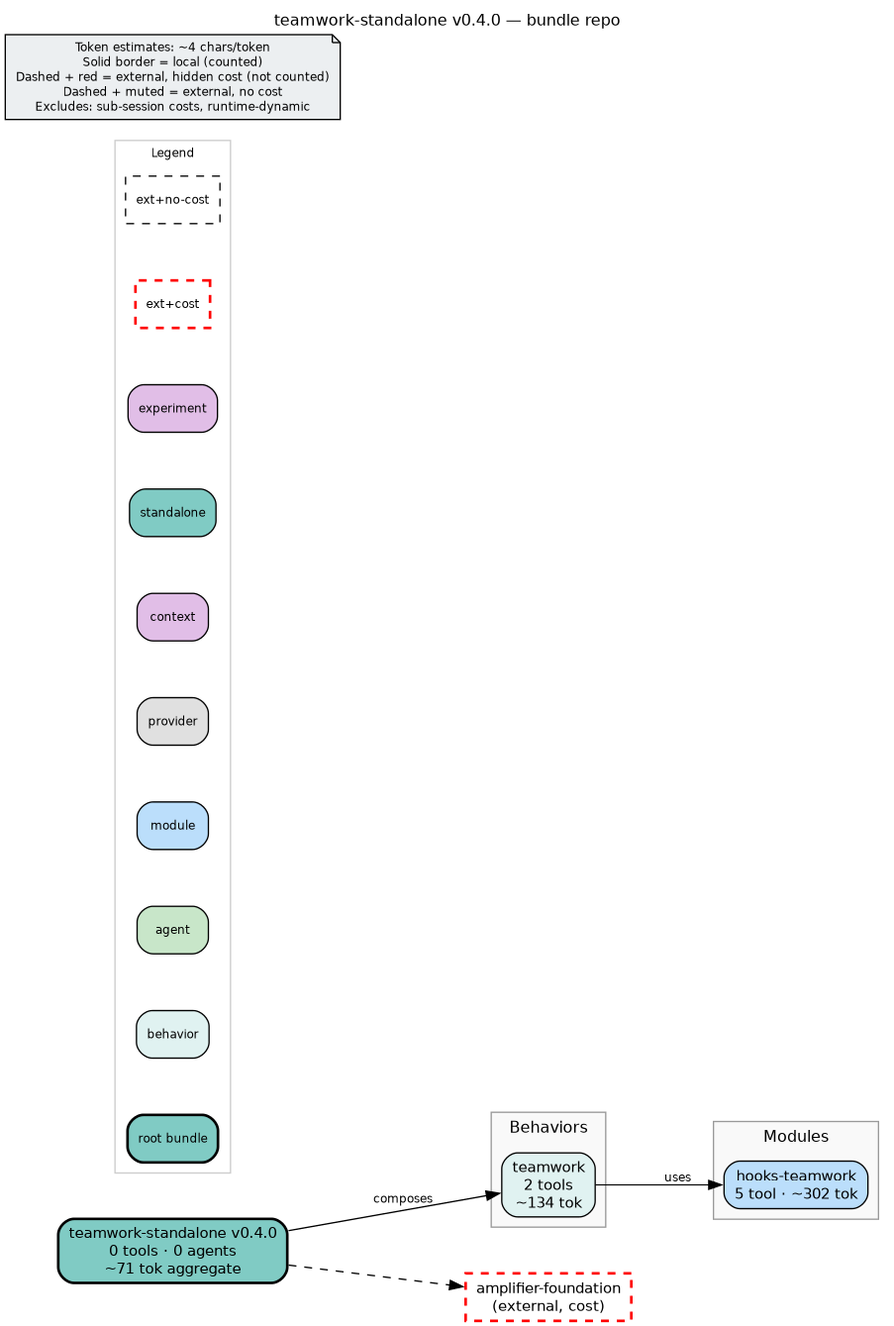
michaeljabbour/amplifier-bundle-teamwork keeps this Graphviz diagram as bundle.png. Above is the earlier version. Its source is kept beside it as bundle.dot.
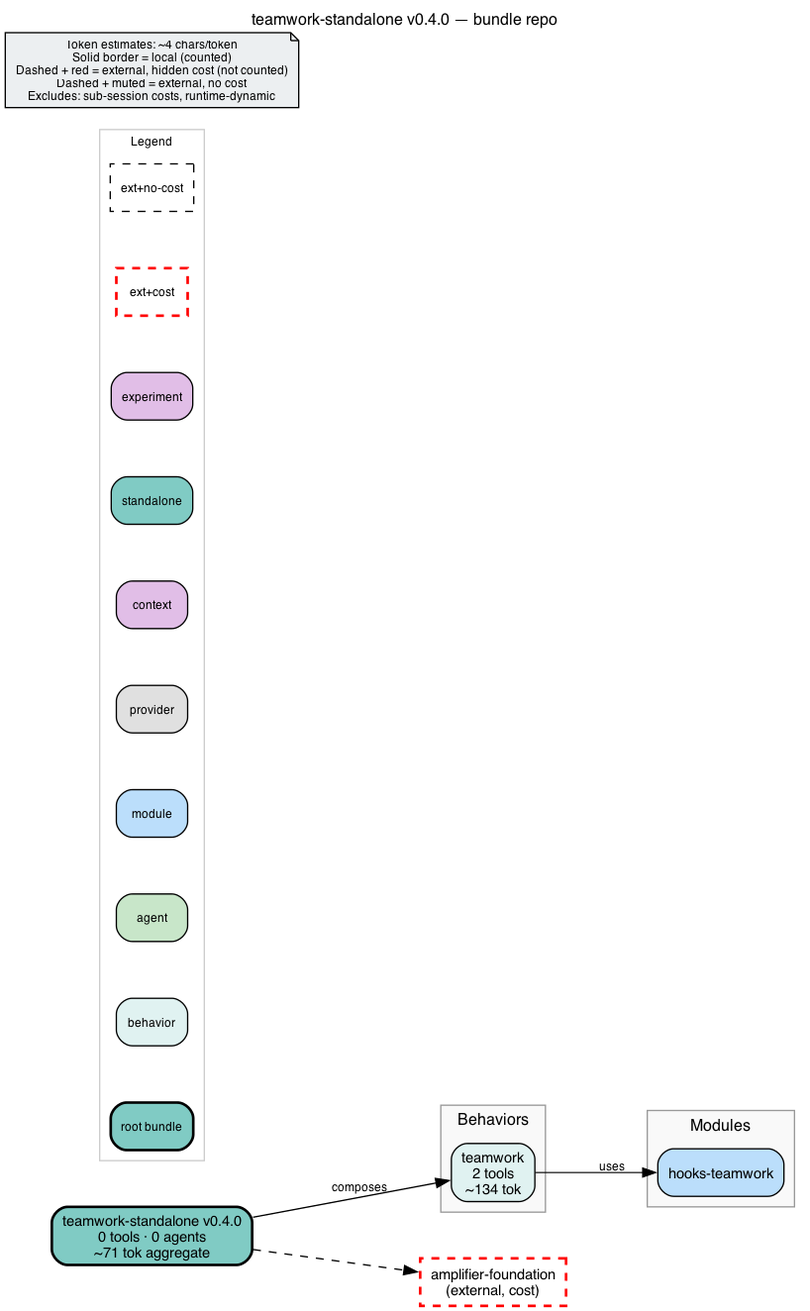
After the commit.

Diff of the diagram source:
```diff
@@ -8,7 +8,7 @@
     nodesep=0.6
     ranksep=0.7
     bgcolor="white"
-    source_hash="30fb5d353524ac29c5bdc5ec9f74e894803983af7f8f5dc972e371d5d6945a7a"
+    source_hash="b5ff6cb4081161bc2b07aa43f3b7a8d33ab7bb939c75089f2aae91c9d2cd6b20"
 
     node [fontname="Helvetica", fontsize=11, style="filled,rounded"]
     edge [fontname="Helvetica", fontsize=9]
@@ -30,7 +30,7 @@
         fillcolor="#f9f9f9"
         color="#999999"
 
-        mod_hooks_teamwork [label="hooks-teamwork\n5 tool · ~302 tok", shape=box, fillcolor="#bbdefb", style="filled,rounded"]
+        mod_hooks_teamwork [label="hooks-teamwork", shape=box, fillcolor="#bbdefb", style="filled,rounded"]
     }
 
     subgraph cluster_legend {
```
